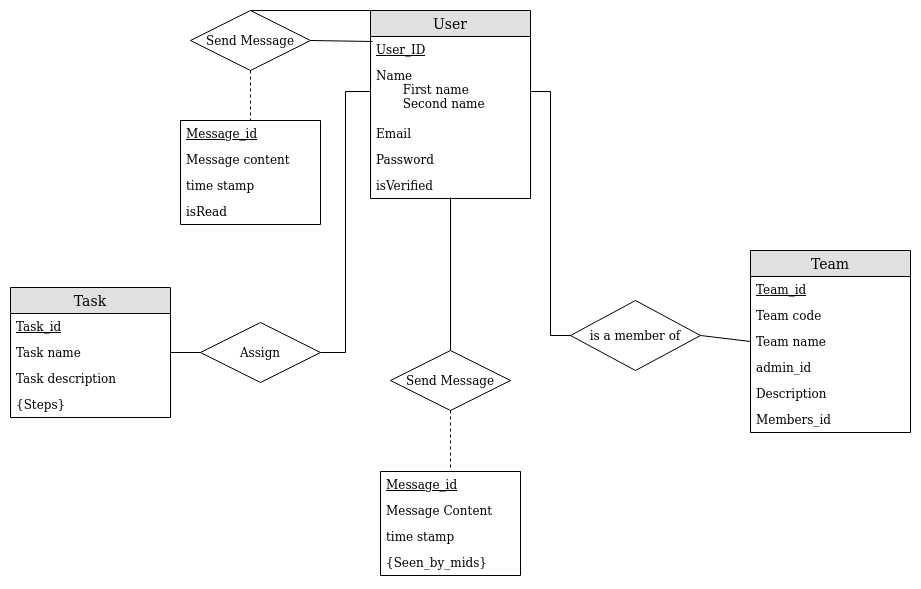
aswwwanth/meraki keeps this draw.io diagram as Diagrams/ER diagram.png. Above is the earlier version. Source tidied: cells renumbered, new cells last; positions are measured from the earlier drawing's top-left corner, leaving out a move shared by most shapes. Source of this version:
```xml
<mxGraphModel>
  <root>
    <mxCell id="0" />
    <mxCell id="1" parent="0" />
    <mxCell id="2" value="User" style="swimlane;fontStyle=0;horizontal=1;startSize=26;fillColor=#e0e0e0;swimlaneFillColor=#ffffff;align=center;fontSize=14;" parent="1" vertex="1">
      <mxGeometry x="360" width="160" height="188" as="geometry" />
    </mxCell>
    <mxCell id="3" value="User_ID" style="text;strokeColor=none;fillColor=none;spacingLeft=4;spacingRight=4;overflow=hidden;points=[[0,0.5],[1,0.5]];portConstraint=eastwest;fontSize=12;fontStyle=4;" parent="2" vertex="1">
      <mxGeometry y="26" width="160" height="26" as="geometry" />
    </mxCell>
    <mxCell id="4" value="Name&#10;       First name&#10;       Second name&#10;" style="text;strokeColor=none;fillColor=none;spacingLeft=4;spacingRight=4;overflow=hidden;points=[[0,0.5],[1,0.5]];portConstraint=eastwest;fontSize=12;" parent="2" vertex="1">
      <mxGeometry y="52" width="160" height="58" as="geometry" />
    </mxCell>
    <mxCell id="5" value="Email" style="text;strokeColor=none;fillColor=none;spacingLeft=4;spacingRight=4;overflow=hidden;fontSize=12;fontStyle=0;" parent="2" vertex="1">
      <mxGeometry y="110" width="160" height="26" as="geometry" />
    </mxCell>
    <mxCell id="6" value="Password" style="text;strokeColor=none;fillColor=none;spacingLeft=4;spacingRight=4;overflow=hidden;fontSize=12;fontStyle=0;" parent="2" vertex="1">
      <mxGeometry y="136" width="160" height="26" as="geometry" />
    </mxCell>
    <mxCell id="7" value="isVerified" style="text;strokeColor=none;fillColor=none;spacingLeft=4;spacingRight=4;overflow=hidden;points=[[0,0.5],[1,0.5]];portConstraint=eastwest;fontSize=12;fontStyle=0;" parent="2" vertex="1">
      <mxGeometry y="162" width="160" height="26" as="geometry" />
    </mxCell>
    <mxCell id="8" value="Task" style="swimlane;fontStyle=0;horizontal=1;startSize=26;fillColor=#e0e0e0;swimlaneFillColor=#ffffff;align=center;fontSize=14;" parent="1" vertex="1">
      <mxGeometry y="277" width="160" height="130" as="geometry" />
    </mxCell>
    <mxCell id="9" value="Task_id" style="text;strokeColor=none;fillColor=none;spacingLeft=4;spacingRight=4;overflow=hidden;fontSize=12;fontStyle=4;" parent="8" vertex="1">
      <mxGeometry y="26" width="160" height="26" as="geometry" />
    </mxCell>
    <mxCell id="10" value="Task name" style="text;strokeColor=none;fillColor=none;spacingLeft=4;spacingRight=4;overflow=hidden;points=[[0,0.5],[1,0.5]];portConstraint=eastwest;fontSize=12;" parent="8" vertex="1">
      <mxGeometry y="52" width="160" height="26" as="geometry" />
    </mxCell>
    <mxCell id="11" value="Task description" style="text;strokeColor=none;fillColor=none;spacingLeft=4;spacingRight=4;overflow=hidden;fontSize=12;" parent="8" vertex="1">
      <mxGeometry y="78" width="160" height="26" as="geometry" />
    </mxCell>
    <mxCell id="12" value="{Steps}" style="text;strokeColor=none;fillColor=none;spacingLeft=4;spacingRight=4;overflow=hidden;fontSize=12;" parent="8" vertex="1">
      <mxGeometry y="104" width="160" height="26" as="geometry" />
    </mxCell>
    <mxCell id="13" value="Team" style="swimlane;fontStyle=0;horizontal=1;startSize=26;fillColor=#e0e0e0;swimlaneFillColor=#ffffff;align=center;fontSize=14;" parent="1" vertex="1">
      <mxGeometry x="740" y="240" width="160" height="182" as="geometry" />
    </mxCell>
    <mxCell id="14" value="Team_id" style="text;strokeColor=none;fillColor=none;spacingLeft=4;spacingRight=4;overflow=hidden;fontSize=12;fontStyle=4;" parent="13" vertex="1">
      <mxGeometry y="26" width="160" height="26" as="geometry" />
    </mxCell>
    <mxCell id="15" value="Team code" style="text;strokeColor=none;fillColor=none;spacingLeft=4;spacingRight=4;overflow=hidden;fontSize=12;" parent="13" vertex="1">
      <mxGeometry y="52" width="160" height="26" as="geometry" />
    </mxCell>
    <mxCell id="16" value="Team name" style="text;strokeColor=none;fillColor=none;spacingLeft=4;spacingRight=4;overflow=hidden;points=[[0,0.5],[1,0.5]];portConstraint=eastwest;fontSize=12;" parent="13" vertex="1">
      <mxGeometry y="78" width="160" height="26" as="geometry" />
    </mxCell>
    <mxCell id="17" value="admin_id" style="text;strokeColor=none;fillColor=none;spacingLeft=4;spacingRight=4;overflow=hidden;fontSize=12;" parent="13" vertex="1">
      <mxGeometry y="104" width="160" height="26" as="geometry" />
    </mxCell>
    <mxCell id="18" value="Description" style="text;strokeColor=none;fillColor=none;spacingLeft=4;spacingRight=4;overflow=hidden;points=[[0,0.5],[1,0.5]];portConstraint=eastwest;fontSize=12;" parent="13" vertex="1">
      <mxGeometry y="130" width="160" height="26" as="geometry" />
    </mxCell>
    <mxCell id="19" value="Members_id" style="text;strokeColor=none;fillColor=none;spacingLeft=4;spacingRight=4;overflow=hidden;fontSize=12;" parent="13" vertex="1">
      <mxGeometry y="156" width="160" height="26" as="geometry" />
    </mxCell>
    <mxCell id="20" style="edgeStyle=orthogonalEdgeStyle;rounded=0;jettySize=auto;html=1;exitX=1;exitY=0.5;exitDx=0;exitDy=0;endArrow=none;endFill=0;entryX=0;entryY=0.5;entryDx=0;entryDy=0;" parent="1" edge="1" source="21" target="4">
      <mxGeometry relative="1" as="geometry" />
    </mxCell>
    <mxCell id="21" value="Assign" style="shape=rhombus;perimeter=rhombusPerimeter;whiteSpace=wrap;html=1;align=center;" parent="1" vertex="1">
      <mxGeometry x="190" y="312" width="120" height="60" as="geometry" />
    </mxCell>
    <mxCell id="22" style="edgeStyle=none;rounded=0;jettySize=auto;html=1;exitX=0.5;exitY=0;exitDx=0;exitDy=0;entryX=0.5;entryY=0.962;entryDx=0;entryDy=0;entryPerimeter=0;endArrow=none;endFill=0;" parent="1" edge="1" source="24" target="7">
      <mxGeometry relative="1" as="geometry" />
    </mxCell>
    <mxCell id="23" style="edgeStyle=none;rounded=0;jettySize=auto;html=1;exitX=0.5;exitY=1;exitDx=0;exitDy=0;entryX=0.5;entryY=-0.038;entryDx=0;entryDy=0;entryPerimeter=0;endArrow=none;endFill=0;dashed=1;" parent="1" edge="1" source="24" target="39">
      <mxGeometry relative="1" as="geometry" />
    </mxCell>
    <mxCell id="24" value="Send Message" style="shape=rhombus;perimeter=rhombusPerimeter;whiteSpace=wrap;html=1;align=center;" parent="1" vertex="1">
      <mxGeometry x="380" y="340" width="120" height="60" as="geometry" />
    </mxCell>
    <mxCell id="25" style="edgeStyle=none;rounded=0;jettySize=auto;html=1;exitX=1;exitY=0.5;exitDx=0;exitDy=0;entryX=0;entryY=0.5;entryDx=0;entryDy=0;endArrow=none;endFill=0;" parent="1" edge="1" source="26" target="16">
      <mxGeometry relative="1" as="geometry" />
    </mxCell>
    <mxCell id="26" value="is a member of" style="shape=rhombus;perimeter=rhombusPerimeter;whiteSpace=wrap;html=1;align=center;" parent="1" vertex="1">
      <mxGeometry x="560" y="290" width="130" height="70" as="geometry" />
    </mxCell>
    <mxCell id="27" style="edgeStyle=none;rounded=0;jettySize=auto;html=1;exitX=0.5;exitY=1;exitDx=0;exitDy=0;entryX=0.5;entryY=0;entryDx=0;entryDy=0;endArrow=none;endFill=0;dashed=1;" parent="1" edge="1" source="30" target="33">
      <mxGeometry relative="1" as="geometry" />
    </mxCell>
    <mxCell id="28" style="edgeStyle=none;rounded=0;jettySize=auto;html=1;exitX=1;exitY=0.5;exitDx=0;exitDy=0;entryX=0.013;entryY=0.192;entryDx=0;entryDy=0;entryPerimeter=0;endArrow=none;endFill=0;" parent="1" edge="1" source="30" target="3">
      <mxGeometry relative="1" as="geometry" />
    </mxCell>
    <mxCell id="29" style="edgeStyle=none;rounded=0;jettySize=auto;html=1;exitX=0.5;exitY=0;exitDx=0;exitDy=0;entryX=0;entryY=0;entryDx=0;entryDy=0;endArrow=none;endFill=0;" parent="1" edge="1" source="30" target="2">
      <mxGeometry relative="1" as="geometry" />
    </mxCell>
    <mxCell id="30" value="Send Message" style="shape=rhombus;perimeter=rhombusPerimeter;whiteSpace=wrap;html=1;align=center;" parent="1" vertex="1">
      <mxGeometry x="180" width="120" height="60" as="geometry" />
    </mxCell>
    <mxCell id="31" style="edgeStyle=orthogonalEdgeStyle;rounded=0;jettySize=auto;html=1;exitX=1;exitY=0.5;exitDx=0;exitDy=0;entryX=0;entryY=0.5;entryDx=0;entryDy=0;endArrow=none;endFill=0;" parent="1" edge="1" source="4" target="26">
      <mxGeometry relative="1" as="geometry" />
    </mxCell>
    <mxCell id="32" style="edgeStyle=none;rounded=0;jettySize=auto;html=1;exitX=1;exitY=0.5;exitDx=0;exitDy=0;endArrow=none;endFill=0;entryX=0;entryY=0.5;entryDx=0;entryDy=0;" parent="1" edge="1" source="10" target="21">
      <mxGeometry relative="1" as="geometry" />
    </mxCell>
    <mxCell id="33" style="swimlane;fontStyle=0;horizontal=1;startSize=0;fillColor=none;swimlaneFillColor=#ffffff;align=center;fontSize=14;" parent="1" vertex="1">
      <mxGeometry x="170" y="110" width="140" height="104" as="geometry" />
    </mxCell>
    <mxCell id="34" value="Message_id" style="text;strokeColor=none;fillColor=none;spacingLeft=4;spacingRight=4;overflow=hidden;points=[[0,0.5],[1,0.5]];portConstraint=eastwest;fontSize=12;fontStyle=4;" parent="33" vertex="1">
      <mxGeometry width="140" height="26" as="geometry" />
    </mxCell>
    <mxCell id="35" value="Message content" style="text;strokeColor=none;fillColor=none;spacingLeft=4;spacingRight=4;overflow=hidden;fontSize=12;" parent="33" vertex="1">
      <mxGeometry y="26" width="140" height="26" as="geometry" />
    </mxCell>
    <mxCell id="36" value="time stamp" style="text;strokeColor=none;fillColor=none;spacingLeft=4;spacingRight=4;overflow=hidden;fontSize=12;" parent="33" vertex="1">
      <mxGeometry y="52" width="140" height="26" as="geometry" />
    </mxCell>
    <mxCell id="37" value="isRead" style="text;strokeColor=none;fillColor=none;spacingLeft=4;spacingRight=4;overflow=hidden;fontSize=12;" parent="33" vertex="1">
      <mxGeometry y="78" width="140" height="26" as="geometry" />
    </mxCell>
    <mxCell id="38" style="swimlane;fontStyle=0;horizontal=1;startSize=0;fillColor=none;swimlaneFillColor=#ffffff;align=center;fontSize=14;" parent="1" vertex="1">
      <mxGeometry x="370" y="461" width="140" height="104" as="geometry" />
    </mxCell>
    <mxCell id="39" value="Message_id" style="text;strokeColor=none;fillColor=none;spacingLeft=4;spacingRight=4;overflow=hidden;points=[[0,0.5],[1,0.5]];portConstraint=eastwest;fontSize=12;fontStyle=4;" parent="38" vertex="1">
      <mxGeometry width="140" height="26" as="geometry" />
    </mxCell>
    <mxCell id="40" value="Message Content" style="text;strokeColor=none;fillColor=none;spacingLeft=4;spacingRight=4;overflow=hidden;fontSize=12;" parent="38" vertex="1">
      <mxGeometry y="26" width="140" height="26" as="geometry" />
    </mxCell>
    <mxCell id="41" value="time stamp" style="text;strokeColor=none;fillColor=none;spacingLeft=4;spacingRight=4;overflow=hidden;fontSize=12;" parent="38" vertex="1">
      <mxGeometry y="52" width="140" height="26" as="geometry" />
    </mxCell>
    <mxCell id="42" value="{Seen_by_mids}" style="text;strokeColor=none;fillColor=none;spacingLeft=4;spacingRight=4;overflow=hidden;fontSize=12;" parent="38" vertex="1">
      <mxGeometry y="78" width="140" height="26" as="geometry" />
    </mxCell>
  </root>
</mxGraphModel>
```
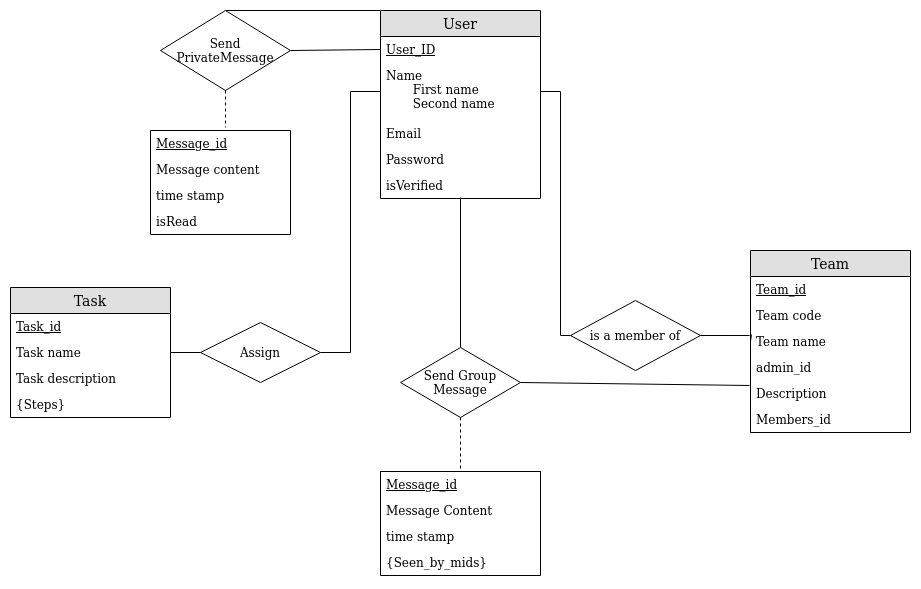
After the change.

What changed in the source:
```diff
@@ -3,7 +3,7 @@
     <mxCell id="0" />
     <mxCell id="1" parent="0" />
     <mxCell id="2" value="User" style="swimlane;fontStyle=0;horizontal=1;startSize=26;fillColor=#e0e0e0;swimlaneFillColor=#ffffff;align=center;fontSize=14;" parent="1" vertex="1">
-      <mxGeometry x="360" width="160" height="188" as="geometry" />
+      <mxGeometry x="370" width="160" height="188" as="geometry" />
     </mxCell>
     <mxCell id="3" value="User_ID" style="text;strokeColor=none;fillColor=none;spacingLeft=4;spacingRight=4;overflow=hidden;points=[[0,0.5],[1,0.5]];portConstraint=eastwest;fontSize=12;fontStyle=4;" parent="2" vertex="1">
       <mxGeometry y="26" width="160" height="26" as="geometry" />
@@ -20,6 +20,9 @@
     <mxCell id="7" value="isVerified" style="text;strokeColor=none;fillColor=none;spacingLeft=4;spacingRight=4;overflow=hidden;points=[[0,0.5],[1,0.5]];portConstraint=eastwest;fontSize=12;fontStyle=0;" parent="2" vertex="1">
       <mxGeometry y="162" width="160" height="26" as="geometry" />
     </mxCell>
+    <mxCell id="43" style="edgeStyle=none;rounded=0;orthogonalLoop=1;jettySize=auto;html=1;entryX=0;entryY=0.5;entryDx=0;entryDy=0;endArrow=none;endFill=0;" parent="2" edge="1" source="3" target="3">
+      <mxGeometry relative="1" as="geometry" />
+    </mxCell>
     <mxCell id="8" value="Task" style="swimlane;fontStyle=0;horizontal=1;startSize=26;fillColor=#e0e0e0;swimlaneFillColor=#ffffff;align=center;fontSize=14;" parent="1" vertex="1">
       <mxGeometry y="277" width="160" height="130" as="geometry" />
     </mxCell>
@@ -56,6 +59,9 @@
     <mxCell id="19" value="Members_id" style="text;strokeColor=none;fillColor=none;spacingLeft=4;spacingRight=4;overflow=hidden;fontSize=12;" parent="13" vertex="1">
       <mxGeometry y="156" width="160" height="26" as="geometry" />
     </mxCell>
+    <mxCell id="44" style="edgeStyle=none;rounded=0;orthogonalLoop=1;jettySize=auto;html=1;exitX=0;exitY=0.5;exitDx=0;exitDy=0;entryX=0.006;entryY=0.231;entryDx=0;entryDy=0;entryPerimeter=0;endArrow=none;endFill=0;" parent="13" edge="1" source="16" target="16">
+      <mxGeometry relative="1" as="geometry" />
+    </mxCell>
     <mxCell id="20" style="edgeStyle=orthogonalEdgeStyle;rounded=0;jettySize=auto;html=1;exitX=1;exitY=0.5;exitDx=0;exitDy=0;endArrow=none;endFill=0;entryX=0;entryY=0.5;entryDx=0;entryDy=0;" parent="1" edge="1" source="21" target="4">
       <mxGeometry relative="1" as="geometry" />
     </mxCell>
@@ -68,35 +74,43 @@
     <mxCell id="23" style="edgeStyle=none;rounded=0;jettySize=auto;html=1;exitX=0.5;exitY=1;exitDx=0;exitDy=0;entryX=0.5;entryY=-0.038;entryDx=0;entryDy=0;entryPerimeter=0;endArrow=none;endFill=0;dashed=1;" parent="1" edge="1" source="24" target="39">
       <mxGeometry relative="1" as="geometry" />
     </mxCell>
+    <mxCell id="45" style="edgeStyle=none;rounded=0;jettySize=auto;html=1;exitX=1;exitY=0.5;exitDx=0;exitDy=0;entryX=-0.006;entryY=0.192;entryDx=0;entryDy=0;entryPerimeter=0;endArrow=none;endFill=0;" parent="1" edge="1" source="24" target="18">
+      <mxGeometry relative="1" as="geometry" />
+    </mxCell>
-    <mxCell id="24" value="Send Message" style="shape=rhombus;perimeter=rhombusPerimeter;whiteSpace=wrap;html=1;align=center;" parent="1" vertex="1">
-      <mxGeometry x="380" y="340" width="120" height="60" as="geometry" />
+    <mxCell id="24" value="Send Group Message" style="shape=rhombus;perimeter=rhombusPerimeter;whiteSpace=wrap;html=1;align=center;" parent="1" vertex="1">
+      <mxGeometry x="390" y="337" width="120" height="70" as="geometry" />
     </mxCell>
-    <mxCell id="25" style="edgeStyle=none;rounded=0;jettySize=auto;html=1;exitX=1;exitY=0.5;exitDx=0;exitDy=0;entryX=0;entryY=0.5;entryDx=0;entryDy=0;endArrow=none;endFill=0;" parent="1" edge="1" source="26" target="16">
+    <mxCell id="25" style="edgeStyle=none;rounded=0;jettySize=auto;html=1;exitX=1;exitY=0.5;exitDx=0;exitDy=0;entryX=-0.006;entryY=0.269;entryDx=0;entryDy=0;entryPerimeter=0;endArrow=none;endFill=0;" parent="1" edge="1" source="26" target="16">
       <mxGeometry relative="1" as="geometry" />
     </mxCell>
     <mxCell id="26" value="is a member of" style="shape=rhombus;perimeter=rhombusPerimeter;whiteSpace=wrap;html=1;align=center;" parent="1" vertex="1">
       <mxGeometry x="560" y="290" width="130" height="70" as="geometry" />
     </mxCell>
-    <mxCell id="27" style="edgeStyle=none;rounded=0;jettySize=auto;html=1;exitX=0.5;exitY=1;exitDx=0;exitDy=0;entryX=0.5;entryY=0;entryDx=0;entryDy=0;endArrow=none;endFill=0;dashed=1;" parent="1" edge="1" source="30" target="33">
-      <mxGeometry relative="1" as="geometry" />
-    </mxCell>
+    <mxCell id="29" style="edgeStyle=none;rounded=0;jettySize=auto;html=1;exitX=0.5;exitY=0;exitDx=0;exitDy=0;entryX=0;entryY=0;entryDx=0;entryDy=0;endArrow=none;endFill=0;" parent="1" edge="1" source="30" target="2">
+      <mxGeometry relative="1" as="geometry" />
+    </mxCell>
-    <mxCell id="28" style="edgeStyle=none;rounded=0;jettySize=auto;html=1;exitX=1;exitY=0.5;exitDx=0;exitDy=0;entryX=0.013;entryY=0.192;entryDx=0;entryDy=0;entryPerimeter=0;endArrow=none;endFill=0;" parent="1" edge="1" source="30" target="3">
+    <mxCell id="28" style="edgeStyle=none;rounded=0;jettySize=auto;html=1;exitX=1;exitY=0.5;exitDx=0;exitDy=0;entryX=0;entryY=0.5;entryDx=0;entryDy=0;endArrow=none;endFill=0;" parent="1" edge="1" source="30" target="3">
       <mxGeometry relative="1" as="geometry" />
     </mxCell>
-    <mxCell id="29" style="edgeStyle=none;rounded=0;jettySize=auto;html=1;exitX=0.5;exitY=0;exitDx=0;exitDy=0;entryX=0;entryY=0;entryDx=0;entryDy=0;endArrow=none;endFill=0;" parent="1" edge="1" source="30" target="2">
-      <mxGeometry relative="1" as="geometry" />
-    </mxCell>
+    <mxCell id="46" style="edgeStyle=none;rounded=0;jettySize=auto;html=1;exitX=0.5;exitY=1;exitDx=0;exitDy=0;entryX=0.536;entryY=-0.115;entryDx=0;entryDy=0;entryPerimeter=0;endArrow=none;endFill=0;dashed=1;" parent="1" edge="1" source="30" target="34">
+      <mxGeometry relative="1" as="geometry" />
+    </mxCell>
-    <mxCell id="30" value="Send Message" style="shape=rhombus;perimeter=rhombusPerimeter;whiteSpace=wrap;html=1;align=center;" parent="1" vertex="1">
-      <mxGeometry x="180" width="120" height="60" as="geometry" />
+    <mxCell id="30" value="Send PrivateMessage" style="shape=rhombus;perimeter=rhombusPerimeter;whiteSpace=wrap;html=1;align=center;" parent="1" vertex="1">
+      <mxGeometry x="150" width="130" height="80" as="geometry" />
     </mxCell>
     <mxCell id="31" style="edgeStyle=orthogonalEdgeStyle;rounded=0;jettySize=auto;html=1;exitX=1;exitY=0.5;exitDx=0;exitDy=0;entryX=0;entryY=0.5;entryDx=0;entryDy=0;endArrow=none;endFill=0;" parent="1" edge="1" source="4" target="26">
-      <mxGeometry relative="1" as="geometry" />
+      <mxGeometry relative="1" as="geometry">
+        <Array as="points">
+          <mxPoint x="550" y="81" />
+          <mxPoint x="550" y="325" />
+        </Array>
+      </mxGeometry>
     </mxCell>
     <mxCell id="32" style="edgeStyle=none;rounded=0;jettySize=auto;html=1;exitX=1;exitY=0.5;exitDx=0;exitDy=0;endArrow=none;endFill=0;entryX=0;entryY=0.5;entryDx=0;entryDy=0;" parent="1" edge="1" source="10" target="21">
       <mxGeometry relative="1" as="geometry" />
     </mxCell>
     <mxCell id="33" style="swimlane;fontStyle=0;horizontal=1;startSize=0;fillColor=none;swimlaneFillColor=#ffffff;align=center;fontSize=14;" parent="1" vertex="1">
-      <mxGeometry x="170" y="110" width="140" height="104" as="geometry" />
+      <mxGeometry x="140" y="120" width="140" height="104" as="geometry" />
     </mxCell>
     <mxCell id="34" value="Message_id" style="text;strokeColor=none;fillColor=none;spacingLeft=4;spacingRight=4;overflow=hidden;points=[[0,0.5],[1,0.5]];portConstraint=eastwest;fontSize=12;fontStyle=4;" parent="33" vertex="1">
       <mxGeometry width="140" height="26" as="geometry" />
@@ -111,19 +125,19 @@
       <mxGeometry y="78" width="140" height="26" as="geometry" />
     </mxCell>
     <mxCell id="38" style="swimlane;fontStyle=0;horizontal=1;startSize=0;fillColor=none;swimlaneFillColor=#ffffff;align=center;fontSize=14;" parent="1" vertex="1">
-      <mxGeometry x="370" y="461" width="140" height="104" as="geometry" />
+      <mxGeometry x="370" y="461" width="160" height="104" as="geometry" />
     </mxCell>
     <mxCell id="39" value="Message_id" style="text;strokeColor=none;fillColor=none;spacingLeft=4;spacingRight=4;overflow=hidden;points=[[0,0.5],[1,0.5]];portConstraint=eastwest;fontSize=12;fontStyle=4;" parent="38" vertex="1">
-      <mxGeometry width="140" height="26" as="geometry" />
+      <mxGeometry width="160" height="26" as="geometry" />
     </mxCell>
     <mxCell id="40" value="Message Content" style="text;strokeColor=none;fillColor=none;spacingLeft=4;spacingRight=4;overflow=hidden;fontSize=12;" parent="38" vertex="1">
-      <mxGeometry y="26" width="140" height="26" as="geometry" />
+      <mxGeometry y="26" width="160" height="26" as="geometry" />
     </mxCell>
     <mxCell id="41" value="time stamp" style="text;strokeColor=none;fillColor=none;spacingLeft=4;spacingRight=4;overflow=hidden;fontSize=12;" parent="38" vertex="1">
-      <mxGeometry y="52" width="140" height="26" as="geometry" />
+      <mxGeometry y="52" width="160" height="26" as="geometry" />
     </mxCell>
     <mxCell id="42" value="{Seen_by_mids}" style="text;strokeColor=none;fillColor=none;spacingLeft=4;spacingRight=4;overflow=hidden;fontSize=12;" parent="38" vertex="1">
-      <mxGeometry y="78" width="140" height="26" as="geometry" />
+      <mxGeometry y="78" width="160" height="26" as="geometry" />
     </mxCell>
   </root>
 </mxGraphModel>
```
